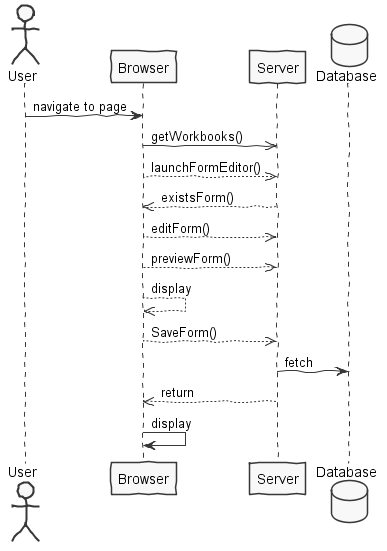
This is docs/blue/s1150585/sp1/analysis1.png from HugoFernandes2343/LAPR4_2017-2018, a PlantUML export, as it was before one commit.
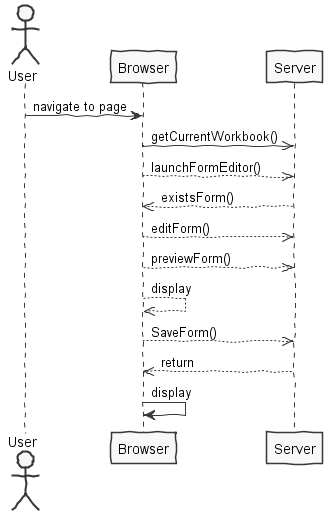
Above is the later version.

What changed in the source:
```diff
@@ -8,7 +8,7 @@
 actor User
 
 User -> Browser : navigate to page
-Browser ->> Server : getWorkbooks()
+Browser ->> Server : getCurrentWorkbook()
 Browser -->>Server : launchFormEditor()
 Server -->>Browser : existsForm()
 Browser -->>Server : editForm()
@@ -16,10 +16,6 @@
 Browser -->>Browser : display
 Browser -->>Server : SaveForm()
 
-database Database
-
-Server -> Database : fetch
-
 Server -->> Browser : return
 
 Browser -> Browser : display
```
